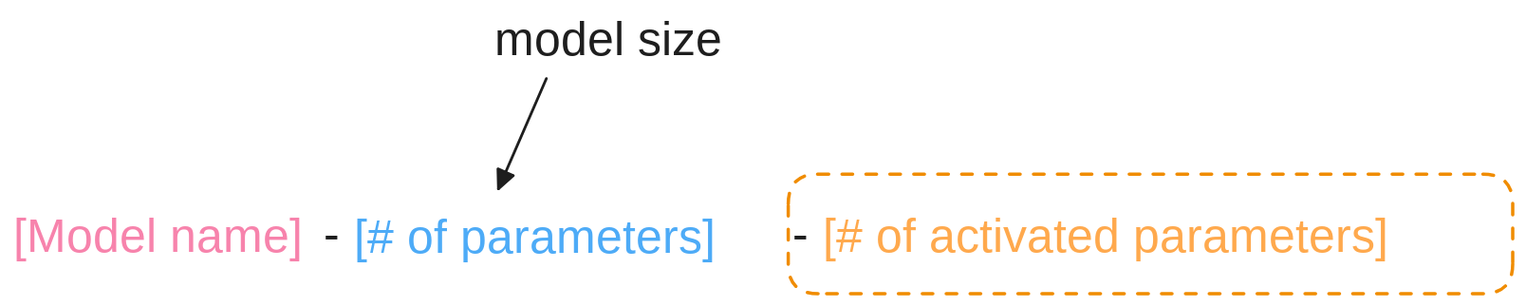
This is website/slides/assets/local-model-naming-03.excalidraw.svg from skaltman/r-medicine-llm, a Excalidraw export, as it was before one commit. Source tidied: one line per element, renumbered; positions are measured from the earlier drawing's top-left corner, leaving out a move shared by most shapes. Its diagram source:
```json
{"id": 0, "type": "rectangle", "strokeColor": "#f08c00", "backgroundColor": "#ffffff", "fillStyle": "hachure", "strokeWidth": 2, "strokeStyle": "dashed", "roughness": 0, "round": true, "x": 583, "y": 121, "width": 545, "height": 90}
{"id": 1, "type": "text", "text": "[Model name]", "strokeColor": "#f783ac", "backgroundColor": "#ffffff", "fillStyle": "solid", "strokeWidth": 2, "roughness": 0, "fontSize": 36, "fontFamily": 5, "x": 0, "y": 147, "width": 231, "height": 45}
{"id": 2, "type": "text", "text": "-", "strokeColor": "#1e1e1e", "backgroundColor": "#ffffff", "fillStyle": "solid", "strokeWidth": 2, "roughness": 0, "fontSize": 36, "fontFamily": 5, "x": 234, "y": 146, "width": 15, "height": 45}
{"id": 3, "type": "text", "text": "[# of parameters]", "strokeColor": "#4dabf7", "backgroundColor": "#ffffff", "fillStyle": "solid", "strokeWidth": 2, "roughness": 0, "fontSize": 36, "fontFamily": 5, "x": 257, "y": 148, "width": 322, "height": 45}
{"id": 4, "type": "text", "text": "-", "strokeColor": "#1e1e1e", "backgroundColor": "#ffffff", "fillStyle": "solid", "strokeWidth": 2, "roughness": 0, "fontSize": 36, "fontFamily": 5, "x": 586, "y": 146, "width": 15, "height": 45}
{"id": 5, "type": "text", "text": "[# of activated parameters]", "strokeColor": "#ffa94d", "backgroundColor": "#ffffff", "fillStyle": "solid", "strokeWidth": 2, "roughness": 0, "fontSize": 36, "fontFamily": 5, "x": 609, "y": 147, "width": 504, "height": 45}
{"id": 6, "type": "arrow", "strokeColor": "#1e1e1e", "backgroundColor": "#ffffff", "fillStyle": "hachure", "strokeWidth": 2, "roughness": 0, "startArrowhead": "triangle", "x": 365, "y": 132, "width": 36, "height": 83, "points": [[0, 0], [36, -83]]}
{"id": 7, "type": "text", "text": "model size", "strokeColor": "#1e1e1e", "backgroundColor": "#ffffff", "fillStyle": "hachure", "strokeWidth": 2, "strokeStyle": "dashed", "roughness": 0, "fontSize": 36, "fontFamily": 5, "x": 362, "y": 0, "width": 177, "height": 45}
```
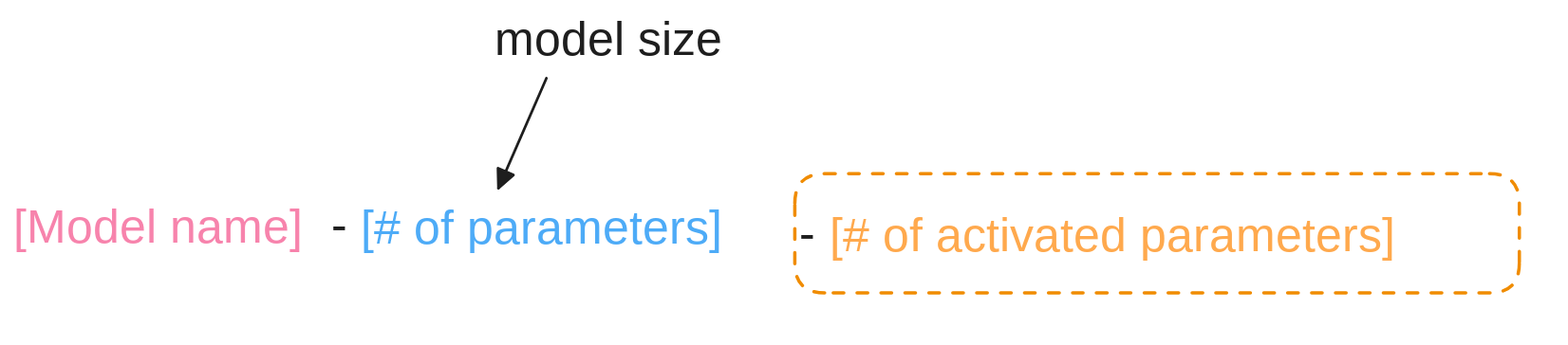
After the change.

Change to the diagram source:
```diff
@@ -1,8 +1,9 @@
+{"id": 8, "type": "rectangle", "strokeColor": "#ffffff", "backgroundColor": "#ffffff", "fillStyle": "solid", "strokeWidth": 2, "roughness": 0, "round": true, "x": -5, "y": 0, "width": 1160, "height": 240}
 {"id": 0, "type": "rectangle", "strokeColor": "#f08c00", "backgroundColor": "#ffffff", "fillStyle": "hachure", "strokeWidth": 2, "strokeStyle": "dashed", "roughness": 0, "round": true, "x": 583, "y": 121, "width": 545, "height": 90}
-{"id": 1, "type": "text", "text": "[Model name]", "strokeColor": "#f783ac", "backgroundColor": "#ffffff", "fillStyle": "solid", "strokeWidth": 2, "roughness": 0, "fontSize": 36, "fontFamily": 5, "x": 0, "y": 147, "width": 231, "height": 45}
+{"id": 1, "type": "text", "text": "[Model name]", "strokeColor": "#f783ac", "backgroundColor": "#ffffff", "fillStyle": "solid", "strokeWidth": 2, "roughness": 0, "fontSize": 36, "fontFamily": 5, "x": -5, "y": 141, "width": 231, "height": 45}
-{"id": 2, "type": "text", "text": "-", "strokeColor": "#1e1e1e", "backgroundColor": "#ffffff", "fillStyle": "solid", "strokeWidth": 2, "roughness": 0, "fontSize": 36, "fontFamily": 5, "x": 234, "y": 146, "width": 15, "height": 45}
+{"id": 2, "type": "text", "text": "-", "strokeColor": "#1e1e1e", "backgroundColor": "#ffffff", "fillStyle": "solid", "strokeWidth": 2, "roughness": 0, "fontSize": 36, "fontFamily": 5, "x": 235, "y": 140, "width": 15, "height": 45}
-{"id": 3, "type": "text", "text": "[# of parameters]", "strokeColor": "#4dabf7", "backgroundColor": "#ffffff", "fillStyle": "solid", "strokeWidth": 2, "roughness": 0, "fontSize": 36, "fontFamily": 5, "x": 257, "y": 148, "width": 322, "height": 45}
+{"id": 3, "type": "text", "text": "[# of parameters]", "strokeColor": "#4dabf7", "backgroundColor": "#ffffff", "fillStyle": "solid", "strokeWidth": 2, "roughness": 0, "fontSize": 36, "fontFamily": 5, "x": 257, "y": 142, "width": 322, "height": 45}
 {"id": 4, "type": "text", "text": "-", "strokeColor": "#1e1e1e", "backgroundColor": "#ffffff", "fillStyle": "solid", "strokeWidth": 2, "roughness": 0, "fontSize": 36, "fontFamily": 5, "x": 586, "y": 146, "width": 15, "height": 45}
 {"id": 5, "type": "text", "text": "[# of activated parameters]", "strokeColor": "#ffa94d", "backgroundColor": "#ffffff", "fillStyle": "solid", "strokeWidth": 2, "roughness": 0, "fontSize": 36, "fontFamily": 5, "x": 609, "y": 147, "width": 504, "height": 45}
-{"id": 6, "type": "arrow", "strokeColor": "#1e1e1e", "backgroundColor": "#ffffff", "fillStyle": "hachure", "strokeWidth": 2, "roughness": 0, "startArrowhead": "triangle", "x": 365, "y": 132, "width": 36, "height": 83, "points": [[0, 0], [36, -83]]}
+{"id": 6, "type": "arrow", "strokeColor": "#1e1e1e", "backgroundColor": "#ffffff", "fillStyle": "hachure", "strokeWidth": 2, "roughness": 0, "startArrowhead": "triangle", "x": 360, "y": 132, "width": 36, "height": 83, "points": [[0, 0], [36, -83]]}
-{"id": 7, "type": "text", "text": "model size", "strokeColor": "#1e1e1e", "backgroundColor": "#ffffff", "fillStyle": "hachure", "strokeWidth": 2, "strokeStyle": "dashed", "roughness": 0, "fontSize": 36, "fontFamily": 5, "x": 362, "y": 0, "width": 177, "height": 45}
+{"id": 7, "type": "text", "text": "model size", "strokeColor": "#1e1e1e", "backgroundColor": "#ffffff", "fillStyle": "hachure", "strokeWidth": 2, "strokeStyle": "dashed", "roughness": 0, "fontSize": 36, "fontFamily": 5, "x": 357, "y": 0, "width": 177, "height": 45}
```
